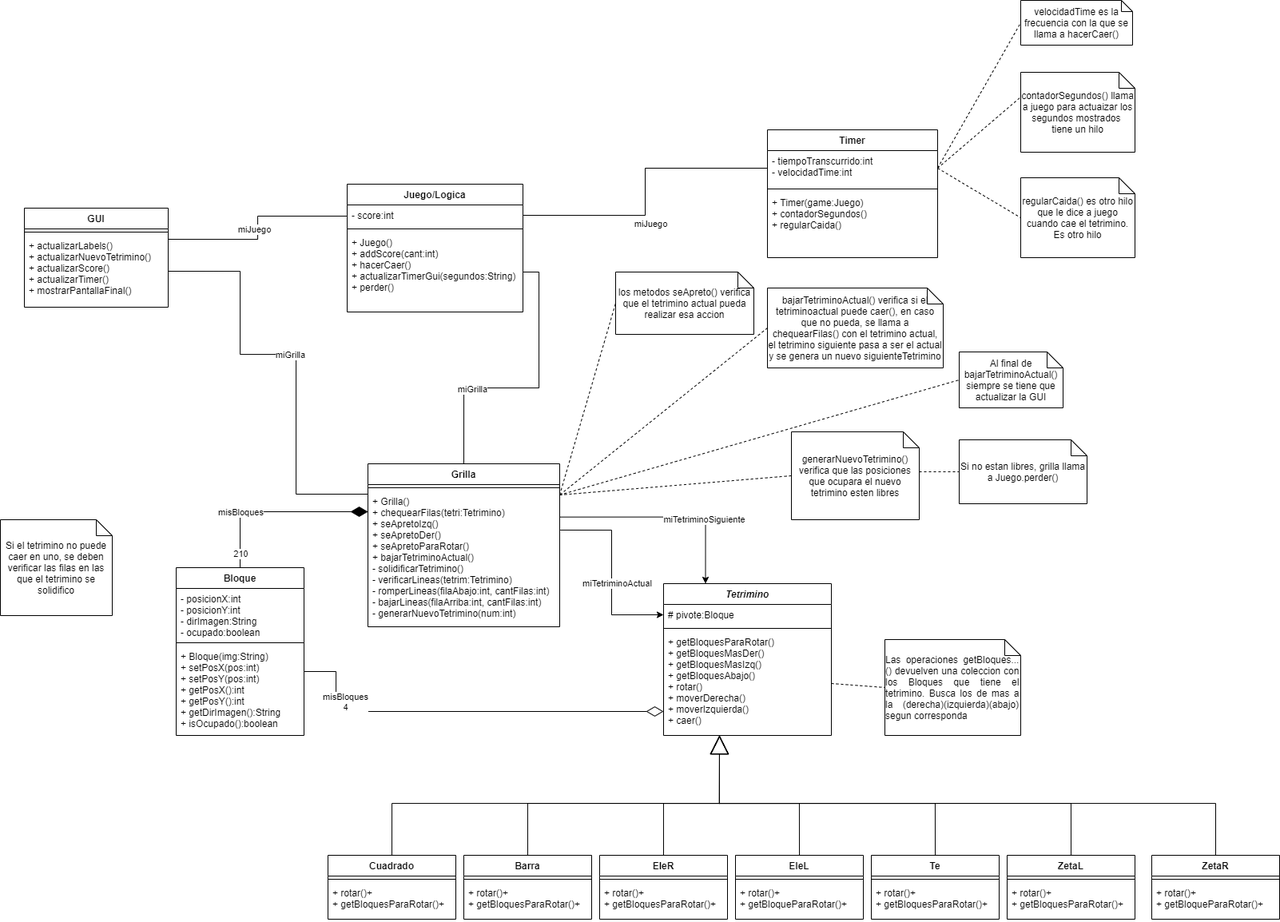
Above: Diagrama-de-Clases/DiagramaClasesTetris.png in JanoALockhart/tdp-proyecto-2 (draw.io), before the change. Source tidied: cells renumbered, new cells last; positions are measured from the earlier drawing's top-left corner, leaving out a move shared by most shapes.
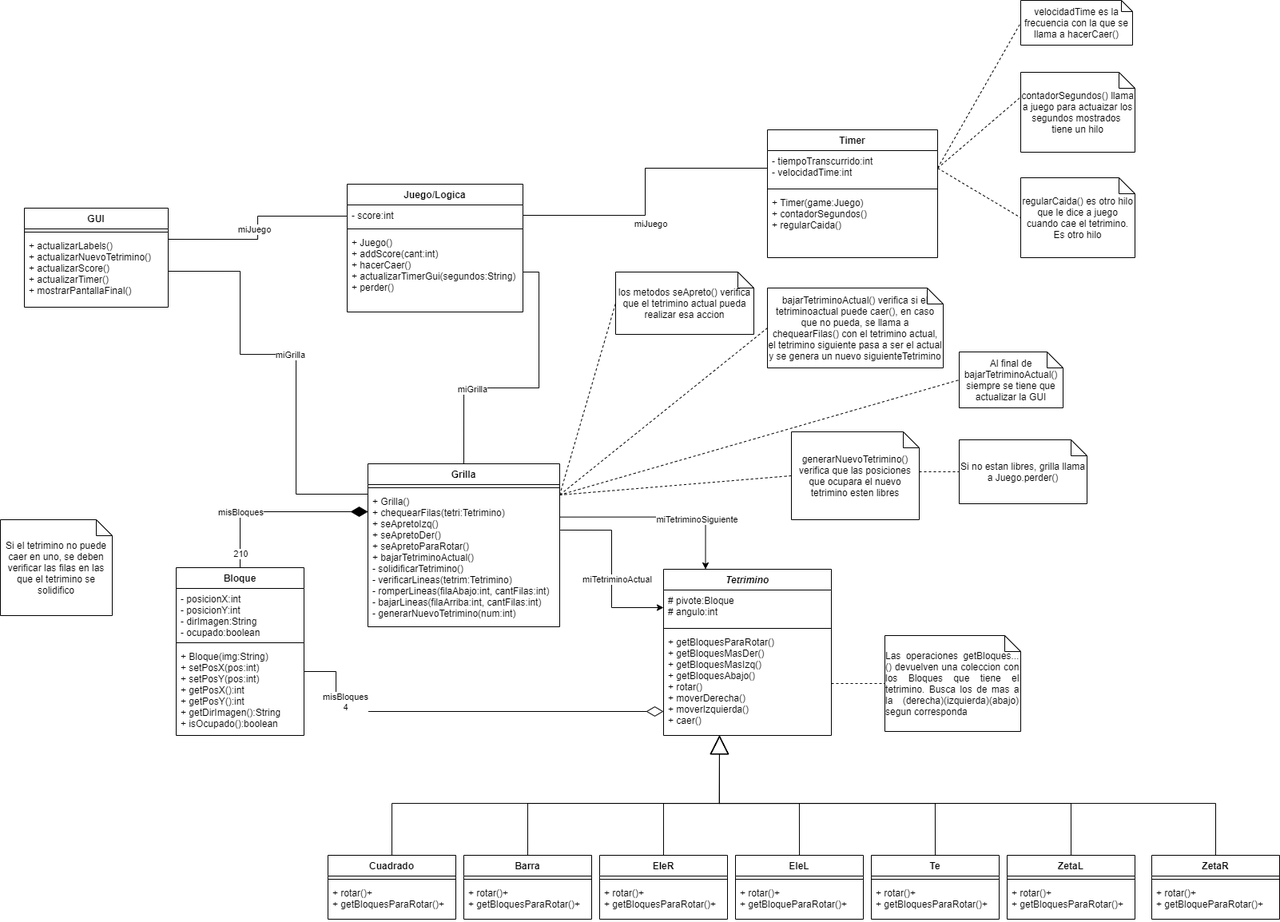
After the commit.

Commit message:
Diagrama-de-Clases

Diff of the diagram source:
```diff
@@ -38,16 +38,16 @@
       <mxGeometry y="34" width="240" height="170" as="geometry" />
     </mxCell>
     <mxCell id="13" value="Tetrimino" style="swimlane;fontStyle=3;align=center;verticalAlign=top;horizontal=1;startSize=26;" parent="1" vertex="1">
-      <mxGeometry x="830" y="730" width="210" height="190" as="geometry" />
+      <mxGeometry x="830" y="712" width="210" height="208" as="geometry" />
     </mxCell>
-    <mxCell id="14" value="# pivote:Bloque" style="text;strokeColor=none;fillColor=none;align=left;verticalAlign=top;spacingLeft=4;spacingRight=4;overflow=hidden;points=[[0,0.5],[1,0.5]];portConstraint=eastwest;" parent="13" vertex="1">
-      <mxGeometry y="26" width="210" height="26" as="geometry" />
+    <mxCell id="14" value="# pivote:Bloque&#10;# angulo:int" style="text;strokeColor=none;fillColor=none;align=left;verticalAlign=top;spacingLeft=4;spacingRight=4;overflow=hidden;points=[[0,0.5],[1,0.5]];portConstraint=eastwest;" parent="13" vertex="1">
+      <mxGeometry y="26" width="210" height="44" as="geometry" />
     </mxCell>
     <mxCell id="15" style="line;strokeWidth=1;fillColor=none;align=left;verticalAlign=middle;spacingTop=-1;spacingLeft=3;spacingRight=3;labelPosition=right;" parent="13" vertex="1">
-      <mxGeometry y="52" width="210" height="8" as="geometry" />
+      <mxGeometry y="70" width="210" height="8" as="geometry" />
     </mxCell>
     <mxCell id="16" value="+ getBloquesParaRotar()&#10;+ getBloquesMasDer()&#10;+ getBloquesMasIzq()&#10;+ getBloquesAbajo()&#10;+ rotar()&#10;+ moverDerecha()&#10;+ moverIzquierda()&#10;+ caer()" style="text;strokeColor=none;fillColor=none;align=left;verticalAlign=top;spacingLeft=4;spacingRight=4;overflow=hidden;points=[[0,0.5],[1,0.5]];portConstraint=eastwest;" parent="13" vertex="1">
-      <mxGeometry y="60" width="210" height="130" as="geometry" />
+      <mxGeometry y="78" width="210" height="130" as="geometry" />
     </mxCell>
     <mxCell id="17" value="Timer" style="swimlane;fontStyle=1;align=center;verticalAlign=top;horizontal=1;startSize=26;" parent="1" vertex="1">
       <mxGeometry x="960" y="162" width="213" height="160" as="geometry" />
@@ -236,7 +236,7 @@
       <mxGeometry x="960" y="360" width="220" height="100" as="geometry" />
     </mxCell>
     <mxCell id="67" value="&lt;div style=&quot;text-align: justify&quot;&gt;&lt;span&gt;Las operaciones getBloques...() devuelven una coleccion con los Bloques que tiene el tetrimino. Busca los de mas a la (derecha)(izquierda)(abajo) segun corresponda&lt;/span&gt;&lt;/div&gt;" style="shape=note;size=20;whiteSpace=wrap;html=1;" parent="1" vertex="1">
-      <mxGeometry x="1107" y="800" width="170" height="120" as="geometry" />
+      <mxGeometry x="1107" y="795" width="170" height="120" as="geometry" />
     </mxCell>
     <mxCell id="68" style="edgeStyle=none;rounded=0;jettySize=auto;html=1;exitX=1;exitY=0.5;exitDx=0;exitDy=0;entryX=0;entryY=0.5;entryDx=0;entryDy=0;entryPerimeter=0;startArrow=none;startFill=0;endArrow=none;endFill=0;endSize=19;dashed=1;" parent="1" edge="1" source="16" target="67">
       <mxGeometry relative="1" as="geometry" />
```
